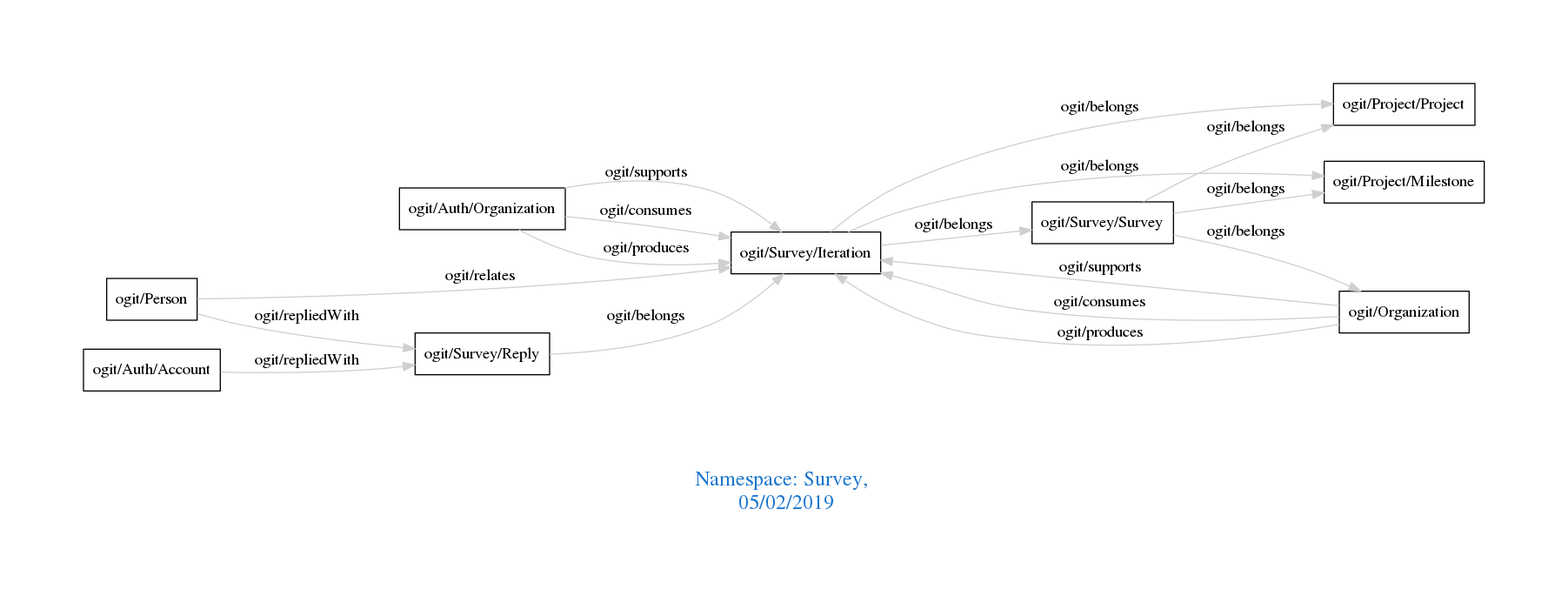
The Graphviz diagram downloads/Survey.png in arago/OGIT, before a commit. Its source is kept beside it as downloads/Survey.dot.
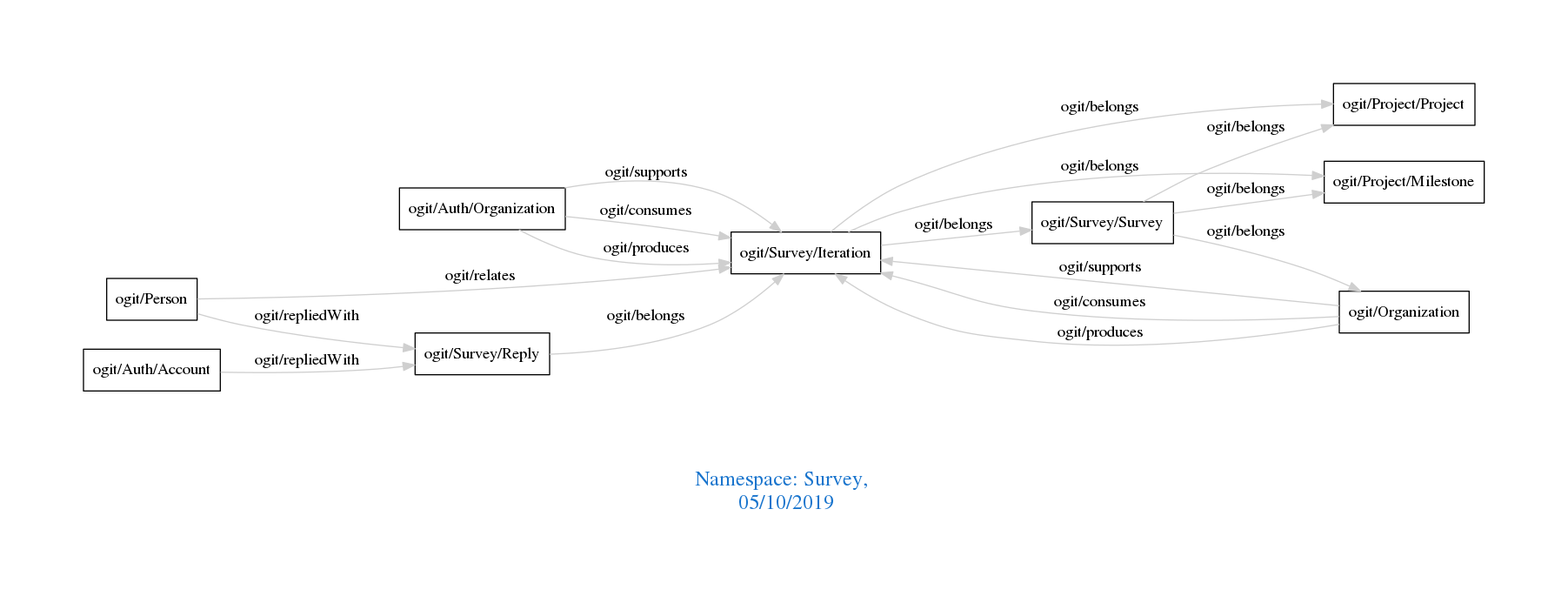
Above is the later version.

What changed in the source:
```diff
@@ -1,7 +1,7 @@
 digraph OGIT_ontology {
  graph [ rankdir= LR,pad=1
 fontsize = 18,
-fontcolor= dodgerblue3,label = "\n\n\nNamespace: Survey, \n 05/02/2019"];
+fontcolor= dodgerblue3,label = "\n\n\nNamespace: Survey, \n 05/10/2019"];
 node[shape=polygon];
 edge [  color="gray81"];
 
```
